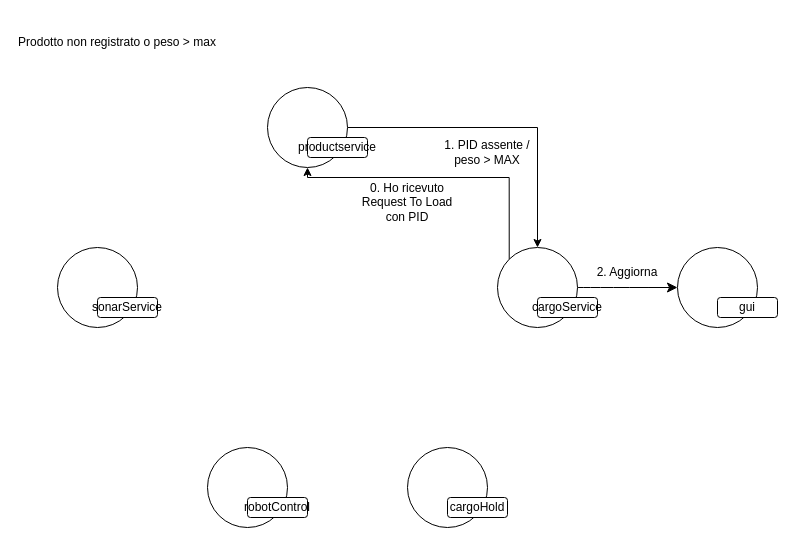
The draw.io diagram page "Neg1 - illegalProduct" (2 of 4) of userDocs/Sprint0.drawio in MarcoCrisafulli5/ISS2025-BrunoCrisafulliGiannitti, before the edit. Source tidied: cells renumbered, new cells numbered last; positions are measured from the earlier drawing's top-left corner, leaving out a move shared by most shapes. Both pictures are drawn from the tidied source at 100%, with x=0, y=0 at pixel (17, 17).
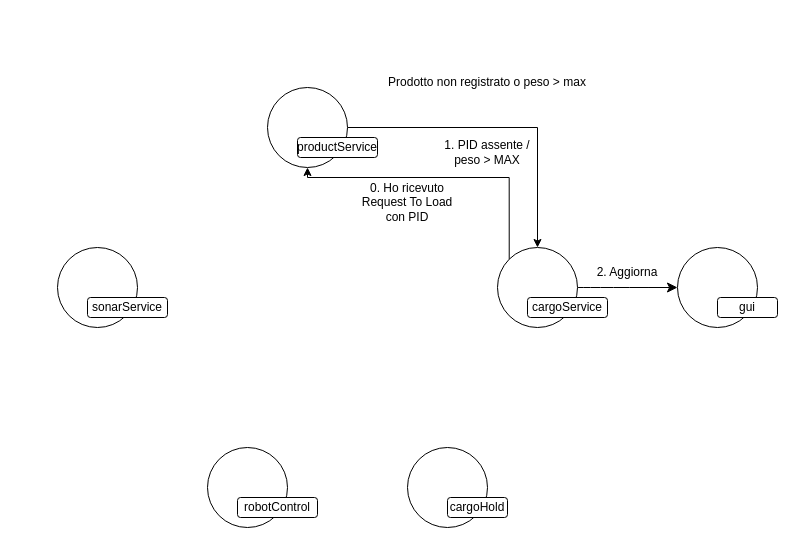
After the change.

The edit, as a diff of the source:
```diff
@@
     <mxCell id="2" value="Prodotto non registrato o peso &amp;gt; max" style="text;html=1;align=center;verticalAlign=middle;whiteSpace=wrap;rounded=0;" parent="1" vertex="1">
-      <mxGeometry width="200" height="50" as="geometry" />
+      <mxGeometry x="370" y="40" width="200" height="50" as="geometry" />
     </mxCell>
@@
     <mxCell id="4" value="sonarService" style="rounded=1;whiteSpace=wrap;html=1;" parent="1" vertex="1">
-      <mxGeometry x="80" y="280" width="60" height="20" as="geometry" />
+      <mxGeometry x="70" y="280" width="80" height="20" as="geometry" />
     </mxCell>
@@
     <mxCell id="8" value="cargoService" style="rounded=1;whiteSpace=wrap;html=1;" parent="1" vertex="1">
-      <mxGeometry x="520" y="280" width="60" height="20" as="geometry" />
+      <mxGeometry x="510" y="280" width="80" height="20" as="geometry" />
     </mxCell>
@@
-    <mxCell id="11" value="productservice" style="rounded=1;whiteSpace=wrap;html=1;" parent="1" vertex="1">
-      <mxGeometry x="290" y="120" width="60" height="20" as="geometry" />
+    <mxCell id="11" value="productService" style="rounded=1;whiteSpace=wrap;html=1;" parent="1" vertex="1">
+      <mxGeometry x="280" y="120" width="80" height="20" as="geometry" />
     </mxCell>
@@
     <mxCell id="13" value="robotControl" style="rounded=1;whiteSpace=wrap;html=1;" parent="1" vertex="1">
-      <mxGeometry x="230" y="480" width="60" height="20" as="geometry" />
+      <mxGeometry x="220" y="480" width="80" height="20" as="geometry" />
     </mxCell>
```
